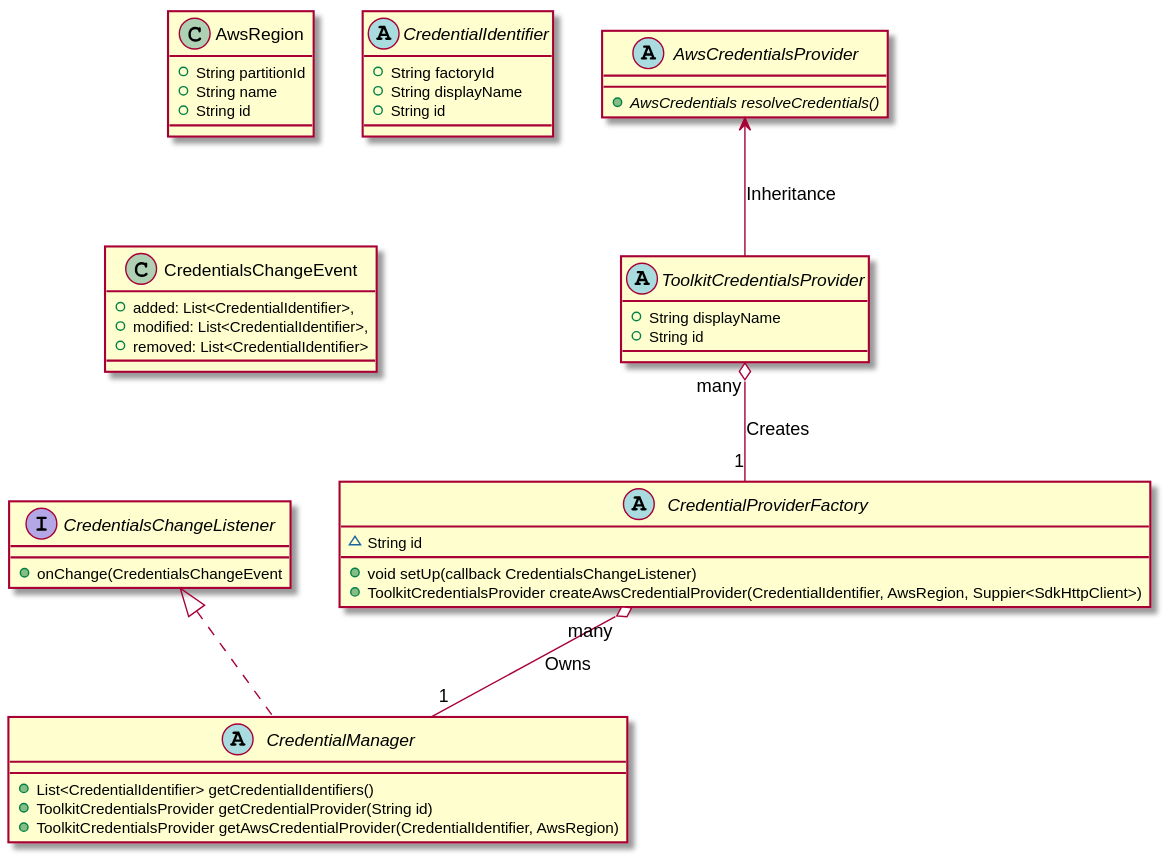
Above: designs/credentialManagement/images/classDiagram.svg in aws/aws-toolkit-vscode (PlantUML), before the change.
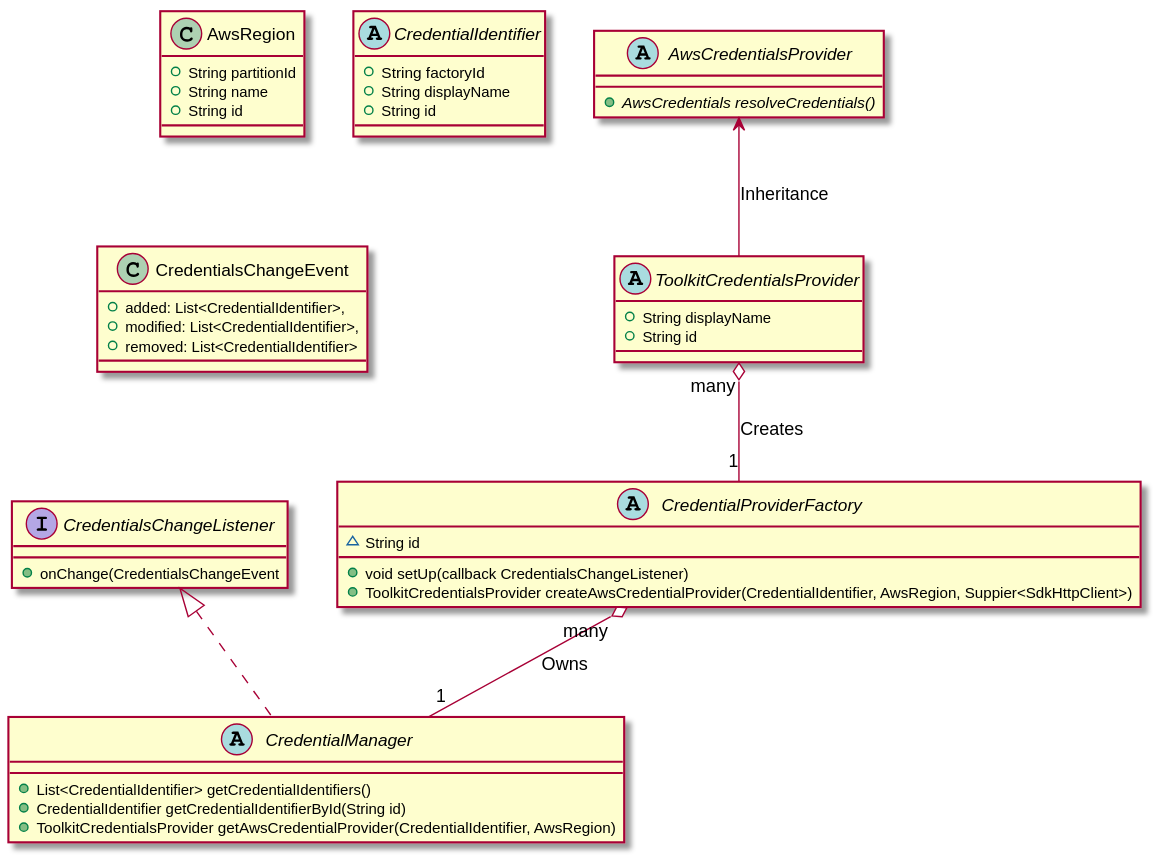
After the commit.

Commit message:
Fix credential management diagram (#2028)

Change to the diagram source:
```diff
@@ -25,7 +25,7 @@
 
 abstract class CredentialManager implements CredentialsChangeListener {
   +List<CredentialIdentifier> getCredentialIdentifiers()
-  +ToolkitCredentialsProvider getCredentialProvider(String id)
+  +CredentialIdentifier getCredentialIdentifierById(String id)
   +ToolkitCredentialsProvider getAwsCredentialProvider(CredentialIdentifier, AwsRegion)
 }
 
```
